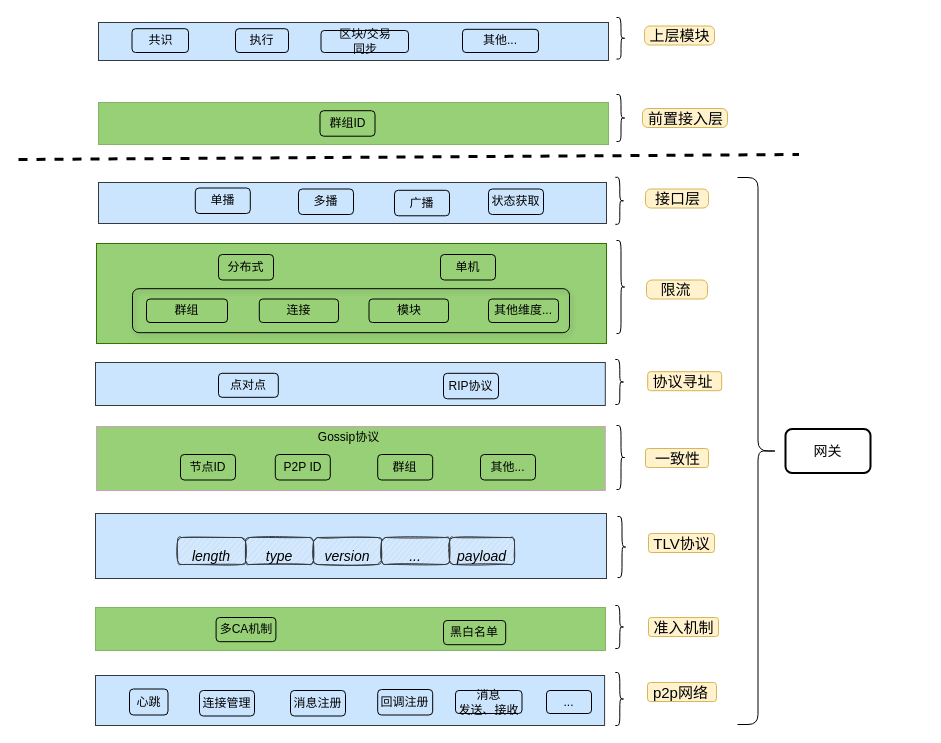
The draw.io diagram gateway.drawio in ywy2090/drawio, before the edit. Source tidied: cells renumbered, new cells numbered last; positions are measured from the earlier drawing's top-left corner, leaving out a move shared by most shapes. Both pictures are drawn from the tidied source at 100%, with x=0, y=0 at pixel (18, 17).
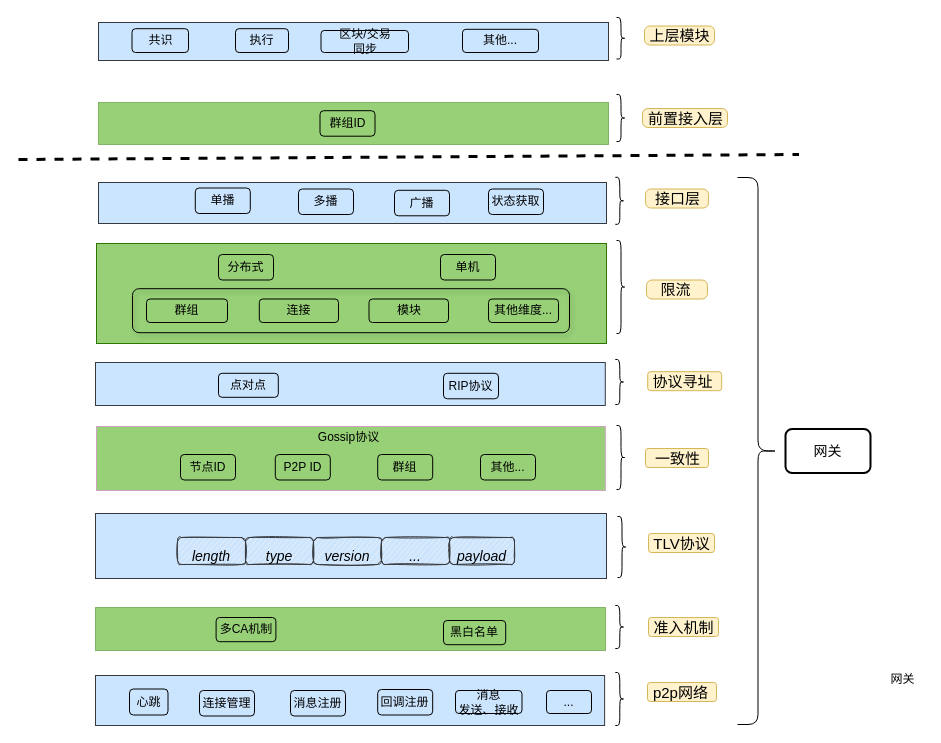
The same diagram, later.

What changed in the source:
```diff
@@
+    <mxCell id="70" value="网关" style="text;html=1;align=center;verticalAlign=middle;strokeColor=none;fillColor=none;" parent="1" vertex="1">
+      <mxGeometry x="863" y="649" width="42" height="26" as="geometry" />
+    </mxCell>
```
